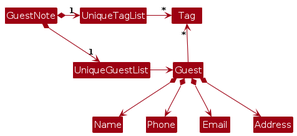
This is diagrams/BetterModelClassDiagram.png from AY2425S2-CS2103T-W09-2/tp, a PlantUML export, as it was before one commit. Its source is kept beside it as diagrams/BetterModelClassDiagram.puml.
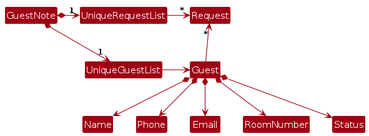
After the commit.

Change to the diagram source:
```diff
@@ -5,17 +5,18 @@
 skinparam classBackgroundColor MODEL_COLOR
 
 GuestNote *-right-> "1" UniqueGuestList
-GuestNote *-right-> "1" UniqueTagList
-UniqueTagList -[hidden]down- UniqueGuestList
-UniqueTagList -[hidden]down- UniqueGuestList
+GuestNote *-right-> "1" UniqueRequestList
+UniqueRequestList -[hidden]down- UniqueGuestList
+UniqueRequestList -[hidden]down- UniqueGuestList
 
-UniqueTagList -right-> "*" Tag
+UniqueRequestList -right-> "*" Request
 UniqueGuestList -right-> Guest
 
-Guest -up-> "*" Tag
+Guest -up-> "*" Request
 
 Guest *--> Name
 Guest *--> Phone
 Guest *--> Email
-Guest *--> Address
+Guest *--> RoomNumber
+Guest *--> Status
 @enduml
```
